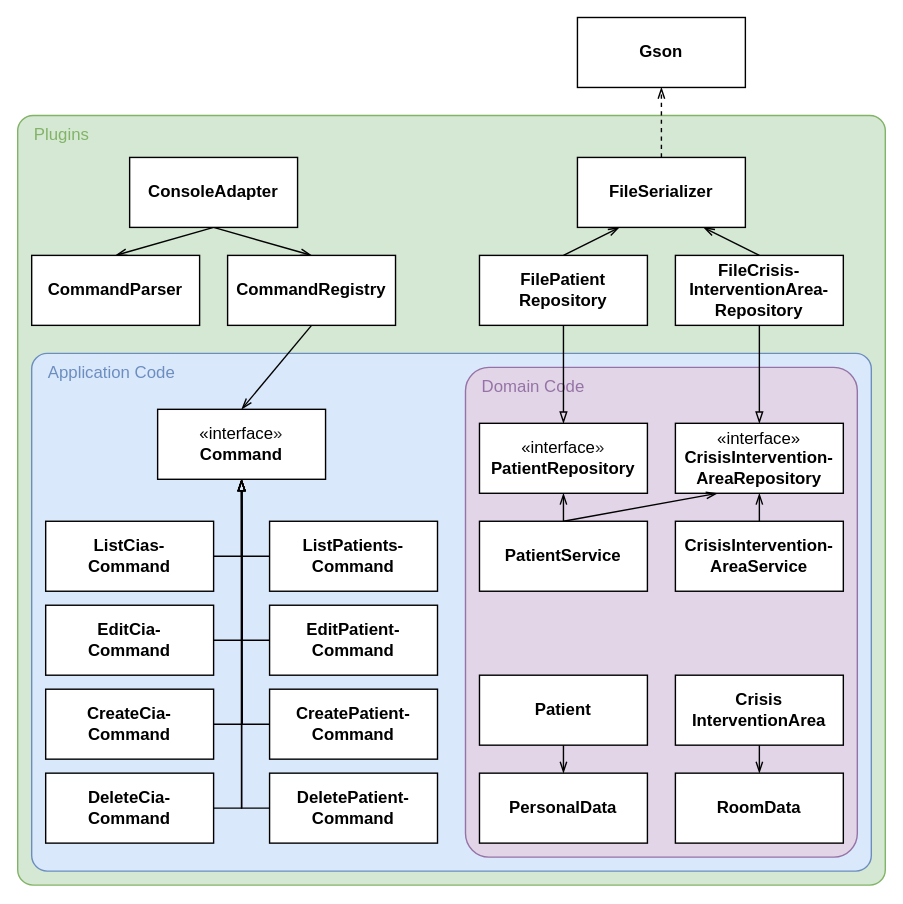
The draw.io diagram docs/img/architecture.drawio.svg in Christian-2003/psychiatric-management-tool, before a commit. Source tidied: cells renumbered, new cells last; positions are measured from the earlier drawing's top-left corner, leaving out a move shared by most shapes.
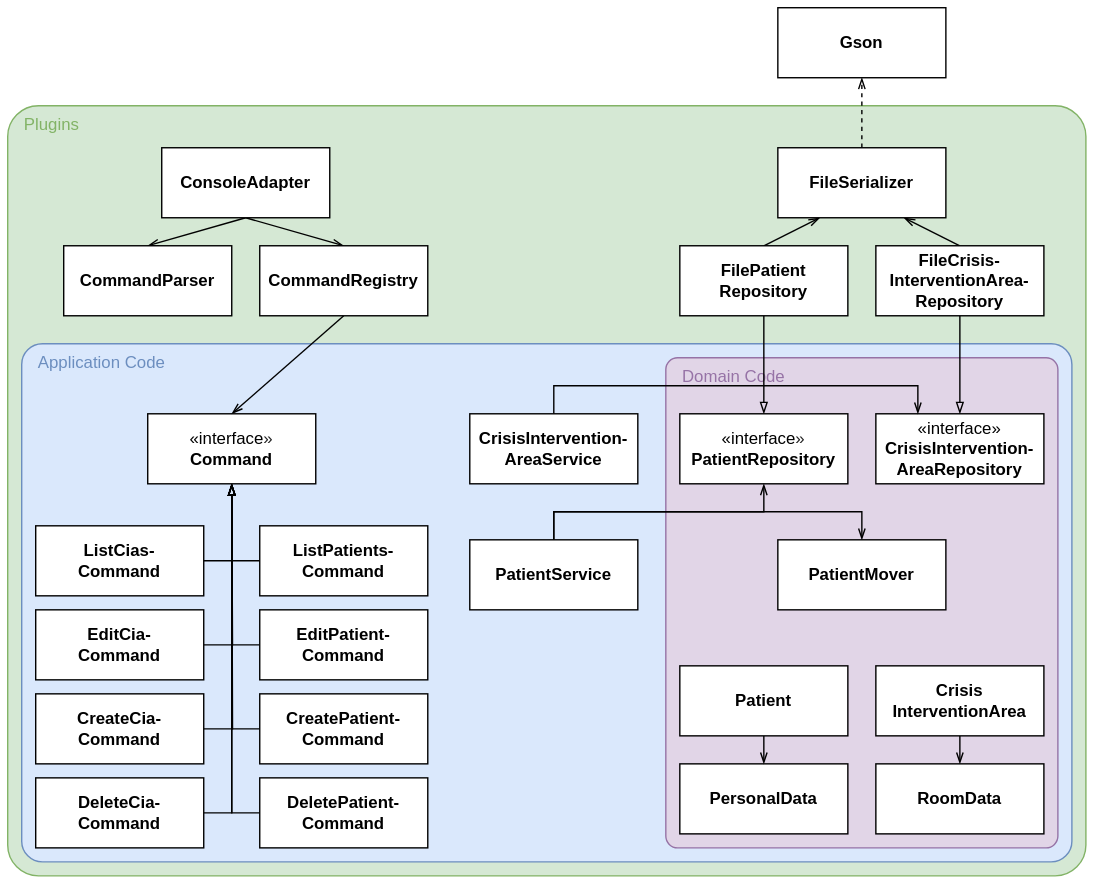
After the commit.

Commit message:
Update architecture and DDD documentation

The edit, as a diff of the source:
```diff
@@ -2,13 +2,13 @@
   <root>
     <mxCell id="0" />
     <mxCell id="1" parent="0" />
-    <mxCell id="2" value="&amp;nbsp;&amp;nbsp; Plugins" style="rounded=1;whiteSpace=wrap;html=1;fillColor=#d5e8d4;strokeColor=#82B366;align=left;verticalAlign=top;fontColor=#82B366;arcSize=2;" parent="1" vertex="1">
-      <mxGeometry y="70" width="620" height="550" as="geometry" />
+    <mxCell id="2" value="&amp;nbsp;&amp;nbsp; Plugins" style="rounded=1;whiteSpace=wrap;html=1;fillColor=#d5e8d4;strokeColor=#82B366;align=left;verticalAlign=top;fontColor=#82B366;arcSize=4;" parent="1" vertex="1">
+      <mxGeometry x="-150" y="70" width="770" height="550" as="geometry" />
     </mxCell>
-    <mxCell id="3" value="&amp;nbsp; &amp;nbsp;Application Code" style="rounded=1;whiteSpace=wrap;html=1;fillColor=#dae8fc;strokeColor=#6c8ebf;align=left;verticalAlign=top;fontColor=#6C8EBF;arcSize=3;" parent="1" vertex="1">
-      <mxGeometry x="10" y="240" width="600" height="370" as="geometry" />
+    <mxCell id="3" value="&amp;nbsp; &amp;nbsp;Application Code" style="rounded=1;whiteSpace=wrap;html=1;fillColor=#dae8fc;strokeColor=#6c8ebf;align=left;verticalAlign=top;fontColor=#6C8EBF;arcSize=4;" parent="1" vertex="1">
+      <mxGeometry x="-140" y="240" width="750" height="370" as="geometry" />
     </mxCell>
-    <mxCell id="4" value="&amp;nbsp; &amp;nbsp;Domain Code" style="rounded=1;whiteSpace=wrap;html=1;fillColor=#e1d5e7;strokeColor=#9673a6;align=left;verticalAlign=top;fontStyle=0;fontColor=#9673A6;arcSize=6;" parent="1" vertex="1">
+    <mxCell id="4" value="&amp;nbsp; &amp;nbsp;Domain Code" style="rounded=1;whiteSpace=wrap;html=1;fillColor=#e1d5e7;strokeColor=#9673a6;align=left;verticalAlign=top;fontStyle=0;fontColor=#9673A6;arcSize=3;" parent="1" vertex="1">
       <mxGeometry x="320" y="250" width="280" height="350" as="geometry" />
     </mxCell>
     <mxCell id="5" value="PersonalData" style="rounded=0;whiteSpace=wrap;html=1;fontStyle=1;" parent="1" vertex="1">
@@ -48,7 +48,7 @@
       <mxGeometry relative="1" as="geometry" />
     </mxCell>
     <mxCell id="17" value="&lt;b&gt;ConsoleAdapter&lt;/b&gt;" style="rounded=0;whiteSpace=wrap;html=1;" parent="1" vertex="1">
-      <mxGeometry x="80" y="100" width="120" height="50" as="geometry" />
+      <mxGeometry x="-40" y="100" width="120" height="50" as="geometry" />
     </mxCell>
     <mxCell id="18" style="rounded=0;jettySize=auto;html=1;exitX=0.5;exitY=0;exitDx=0;exitDy=0;entryX=0.75;entryY=1;entryDx=0;entryDy=0;endArrow=openThin;endFill=0;" parent="1" edge="1" source="19" target="23">
       <mxGeometry relative="1" as="geometry" />
@@ -72,87 +72,100 @@
       <mxGeometry x="400" width="120" height="50" as="geometry" />
     </mxCell>
     <mxCell id="25" style="edgeStyle=orthogonalEdgeStyle;rounded=0;jettySize=auto;html=1;exitX=0.5;exitY=0;exitDx=0;exitDy=0;entryX=0.5;entryY=1;entryDx=0;entryDy=0;endArrow=openThin;endFill=0;" parent="1" edge="1" source="27" target="12">
-      <mxGeometry relative="1" as="geometry" />
+      <mxGeometry relative="1" as="geometry">
+        <Array as="points">
+          <mxPoint x="240" y="360" />
+          <mxPoint x="390" y="360" />
+        </Array>
+      </mxGeometry>
     </mxCell>
-    <mxCell id="26" style="rounded=0;jettySize=auto;html=1;exitX=0.5;exitY=0;exitDx=0;exitDy=0;endArrow=openThin;endFill=0;entryX=0.25;entryY=1;entryDx=0;entryDy=0;" parent="1" edge="1" source="27" target="14">
-      <mxGeometry relative="1" as="geometry" />
-    </mxCell>
+    <mxCell id="50" style="edgeStyle=orthogonalEdgeStyle;rounded=0;jettySize=auto;html=1;exitX=0.5;exitY=0;exitDx=0;exitDy=0;entryX=0.5;entryY=0;entryDx=0;entryDy=0;endArrow=openThin;endFill=0;" parent="1" edge="1" source="27" target="51">
+      <mxGeometry relative="1" as="geometry">
+        <Array as="points">
+          <mxPoint x="240" y="360" />
+          <mxPoint x="460" y="360" />
+        </Array>
+      </mxGeometry>
+    </mxCell>
     <mxCell id="27" value="PatientService" style="rounded=0;whiteSpace=wrap;html=1;fontStyle=1;" parent="1" vertex="1">
-      <mxGeometry x="330" y="360" width="120" height="50" as="geometry" />
+      <mxGeometry x="180" y="380" width="120" height="50" as="geometry" />
     </mxCell>
-    <mxCell id="28" style="edgeStyle=orthogonalEdgeStyle;rounded=0;jettySize=auto;html=1;exitX=0.5;exitY=0;exitDx=0;exitDy=0;entryX=0.5;entryY=1;entryDx=0;entryDy=0;endArrow=openThin;endFill=0;" parent="1" edge="1" source="29" target="14">
+    <mxCell id="28" style="edgeStyle=orthogonalEdgeStyle;rounded=0;jettySize=auto;html=1;exitX=0.5;exitY=0;exitDx=0;exitDy=0;entryX=0.25;entryY=0;entryDx=0;entryDy=0;endArrow=openThin;endFill=0;" parent="1" edge="1" source="29" target="14">
       <mxGeometry relative="1" as="geometry" />
     </mxCell>
     <mxCell id="29" value="CrisisIntervention-&lt;div&gt;AreaService&lt;/div&gt;" style="rounded=0;whiteSpace=wrap;html=1;fontStyle=1;" parent="1" vertex="1">
-      <mxGeometry x="470" y="360" width="120" height="50" as="geometry" />
+      <mxGeometry x="180" y="290" width="120" height="50" as="geometry" />
     </mxCell>
     <mxCell id="30" style="edgeStyle=orthogonalEdgeStyle;rounded=0;jettySize=auto;html=1;exitX=1;exitY=0.5;exitDx=0;exitDy=0;endArrow=blockThin;endFill=0;" parent="1" edge="1" source="31">
       <mxGeometry relative="1" as="geometry">
-        <mxPoint x="160" y="330" as="targetPoint" />
+        <mxPoint x="10" y="340" as="targetPoint" />
       </mxGeometry>
     </mxCell>
     <mxCell id="31" value="CreateCia-Command" style="rounded=0;whiteSpace=wrap;html=1;fontStyle=1;" parent="1" vertex="1">
-      <mxGeometry x="20" y="480" width="120" height="50" as="geometry" />
+      <mxGeometry x="-130" y="490" width="120" height="50" as="geometry" />
     </mxCell>
     <mxCell id="32" style="edgeStyle=orthogonalEdgeStyle;rounded=0;jettySize=auto;html=1;exitX=0;exitY=0.5;exitDx=0;exitDy=0;entryX=0.5;entryY=1;entryDx=0;entryDy=0;endArrow=blockThin;endFill=0;" parent="1" edge="1" source="33" target="46">
       <mxGeometry relative="1" as="geometry" />
     </mxCell>
     <mxCell id="33" value="CreatePatient-&lt;div&gt;Command&lt;/div&gt;" style="rounded=0;whiteSpace=wrap;html=1;fontStyle=1;" parent="1" vertex="1">
-      <mxGeometry x="180" y="480" width="120" height="50" as="geometry" />
+      <mxGeometry x="30" y="490" width="120" height="50" as="geometry" />
     </mxCell>
     <mxCell id="34" style="edgeStyle=orthogonalEdgeStyle;rounded=0;jettySize=auto;html=1;exitX=1;exitY=0.5;exitDx=0;exitDy=0;entryX=0.5;entryY=1;entryDx=0;entryDy=0;endArrow=blockThin;endFill=0;" parent="1" edge="1" source="35" target="46">
       <mxGeometry relative="1" as="geometry" />
     </mxCell>
     <mxCell id="35" value="DeleteCia-&lt;div&gt;Command&lt;/div&gt;" style="rounded=0;whiteSpace=wrap;html=1;fontStyle=1;" parent="1" vertex="1">
-      <mxGeometry x="20" y="540" width="120" height="50" as="geometry" />
+      <mxGeometry x="-130" y="550" width="120" height="50" as="geometry" />
     </mxCell>
     <mxCell id="36" style="edgeStyle=orthogonalEdgeStyle;rounded=0;jettySize=auto;html=1;exitX=0;exitY=0.5;exitDx=0;exitDy=0;endArrow=blockThin;endFill=0;" parent="1" edge="1" source="37">
       <mxGeometry relative="1" as="geometry">
-        <mxPoint x="160" y="330" as="targetPoint" />
+        <mxPoint x="10" y="340" as="targetPoint" />
       </mxGeometry>
     </mxCell>
     <mxCell id="37" value="DeletePatient-&lt;div&gt;Command&lt;/div&gt;" style="rounded=0;whiteSpace=wrap;html=1;fontStyle=1;" parent="1" vertex="1">
-      <mxGeometry x="180" y="540" width="120" height="50" as="geometry" />
+      <mxGeometry x="30" y="550" width="120" height="50" as="geometry" />
     </mxCell>
     <mxCell id="38" style="edgeStyle=orthogonalEdgeStyle;rounded=0;jettySize=auto;html=1;exitX=0;exitY=0.5;exitDx=0;exitDy=0;endArrow=blockThin;endFill=0;" parent="1" edge="1" source="39">
       <mxGeometry relative="1" as="geometry">
-        <mxPoint x="160" y="330" as="targetPoint" />
+        <mxPoint x="10" y="340" as="targetPoint" />
       </mxGeometry>
     </mxCell>
     <mxCell id="39" value="EditPatient-&lt;div&gt;Command&lt;/div&gt;" style="rounded=0;whiteSpace=wrap;html=1;fontStyle=1;" parent="1" vertex="1">
-      <mxGeometry x="180" y="420" width="120" height="50" as="geometry" />
+      <mxGeometry x="30" y="430" width="120" height="50" as="geometry" />
     </mxCell>
     <mxCell id="40" style="edgeStyle=orthogonalEdgeStyle;rounded=0;jettySize=auto;html=1;exitX=0;exitY=0.5;exitDx=0;exitDy=0;entryX=0.5;entryY=1;entryDx=0;entryDy=0;endArrow=blockThin;endFill=0;" parent="1" edge="1" source="41" target="46">
       <mxGeometry relative="1" as="geometry" />
     </mxCell>
     <mxCell id="41" value="ListPatients-&lt;div&gt;Command&lt;/div&gt;" style="rounded=0;whiteSpace=wrap;html=1;fontStyle=1;" parent="1" vertex="1">
-      <mxGeometry x="180" y="360" width="120" height="50" as="geometry" />
+      <mxGeometry x="30" y="370" width="120" height="50" as="geometry" />
     </mxCell>
     <mxCell id="42" style="edgeStyle=orthogonalEdgeStyle;rounded=0;jettySize=auto;html=1;exitX=1;exitY=0.5;exitDx=0;exitDy=0;endArrow=blockThin;endFill=0;" parent="1" edge="1" source="43">
       <mxGeometry relative="1" as="geometry">
-        <mxPoint x="160" y="330" as="targetPoint" />
+        <mxPoint x="10" y="340" as="targetPoint" />
       </mxGeometry>
     </mxCell>
     <mxCell id="43" value="EditCia-&lt;div&gt;Command&lt;/div&gt;" style="rounded=0;whiteSpace=wrap;html=1;fontStyle=1;" parent="1" vertex="1">
-      <mxGeometry x="20" y="420" width="120" height="50" as="geometry" />
+      <mxGeometry x="-130" y="430" width="120" height="50" as="geometry" />
     </mxCell>
     <mxCell id="44" style="edgeStyle=orthogonalEdgeStyle;rounded=0;jettySize=auto;html=1;exitX=1;exitY=0.5;exitDx=0;exitDy=0;entryX=0.5;entryY=1;entryDx=0;entryDy=0;endArrow=blockThin;endFill=0;" parent="1" edge="1" source="45" target="46">
       <mxGeometry relative="1" as="geometry" />
     </mxCell>
     <mxCell id="45" value="ListCias-&lt;div&gt;Command&lt;/div&gt;" style="rounded=0;whiteSpace=wrap;html=1;fontStyle=1;" parent="1" vertex="1">
-      <mxGeometry x="20" y="360" width="120" height="50" as="geometry" />
+      <mxGeometry x="-130" y="370" width="120" height="50" as="geometry" />
     </mxCell>
     <mxCell id="46" value="&lt;div&gt;&lt;font style=&quot;background-color: light-dark(#ffffff, var(--ge-dark-color, #121212));&quot; face=&quot;Helvetica&quot;&gt;&lt;span style=&quot;text-align: left; white-space-collapse: break-spaces;&quot;&gt;«i&lt;/span&gt;nterface&lt;span style=&quot;text-align: left; white-space-collapse: break-spaces; color: rgb(34, 34, 34);&quot;&gt;&lt;font&gt;»&lt;/font&gt;&lt;/span&gt;&lt;/font&gt;&lt;/div&gt;&lt;font&gt;&lt;b style=&quot;background-color: light-dark(#ffffff, var(--ge-dark-color, #121212));&quot;&gt;Command&lt;/b&gt;&lt;/font&gt;" style="rounded=0;whiteSpace=wrap;html=1;" parent="1" vertex="1">
-      <mxGeometry x="100" y="280" width="120" height="50" as="geometry" />
+      <mxGeometry x="-50" y="290" width="120" height="50" as="geometry" />
     </mxCell>
     <mxCell id="47" value="&lt;b&gt;CommandParser&lt;/b&gt;" style="rounded=0;whiteSpace=wrap;html=1;" parent="1" vertex="1">
-      <mxGeometry x="10" y="170" width="120" height="50" as="geometry" />
+      <mxGeometry x="-110" y="170" width="120" height="50" as="geometry" />
     </mxCell>
     <mxCell id="48" style="rounded=0;jettySize=auto;html=1;exitX=0.5;exitY=1;exitDx=0;exitDy=0;entryX=0.5;entryY=0;entryDx=0;entryDy=0;endArrow=openThin;endFill=0;" parent="1" edge="1" source="49" target="46">
       <mxGeometry relative="1" as="geometry" />
     </mxCell>
     <mxCell id="49" value="&lt;b&gt;CommandRegistry&lt;/b&gt;" style="rounded=0;whiteSpace=wrap;html=1;" parent="1" vertex="1">
-      <mxGeometry x="150" y="170" width="120" height="50" as="geometry" />
+      <mxGeometry x="30" y="170" width="120" height="50" as="geometry" />
     </mxCell>
+    <mxCell id="51" value="PatientMover" style="rounded=0;whiteSpace=wrap;html=1;fontStyle=1;" parent="1" vertex="1">
+      <mxGeometry x="400" y="380" width="120" height="50" as="geometry" />
+    </mxCell>
   </root>
 </mxGraphModel>
```
